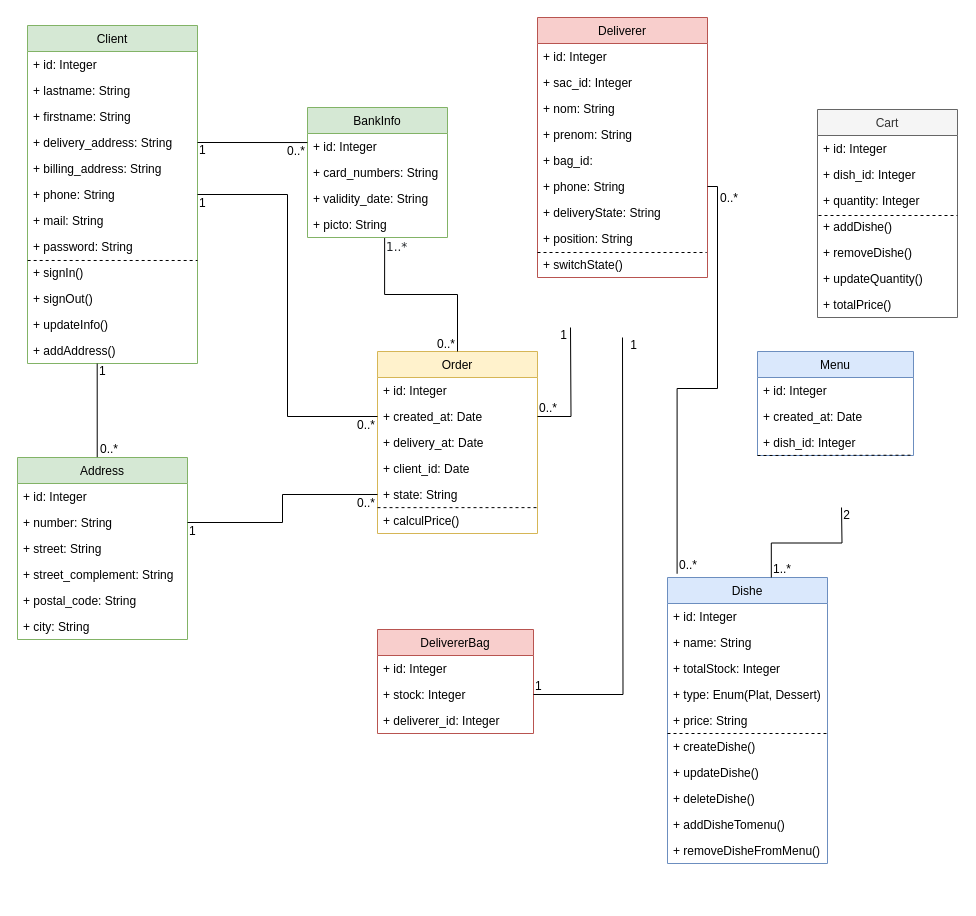
Earlier version of the draw.io diagram page "Diagramme de classes" (1 of 2) of Diagramme des classes.drawio (klaxurit/JuncaHugo_4_10122021). Source tidied: cells renumbered, new cells numbered last; positions are measured from the earlier drawing's top-left corner, leaving out a move shared by most shapes. Both pictures are drawn from the tidied source at 100%, with x=0, y=0 at pixel (17, 17).
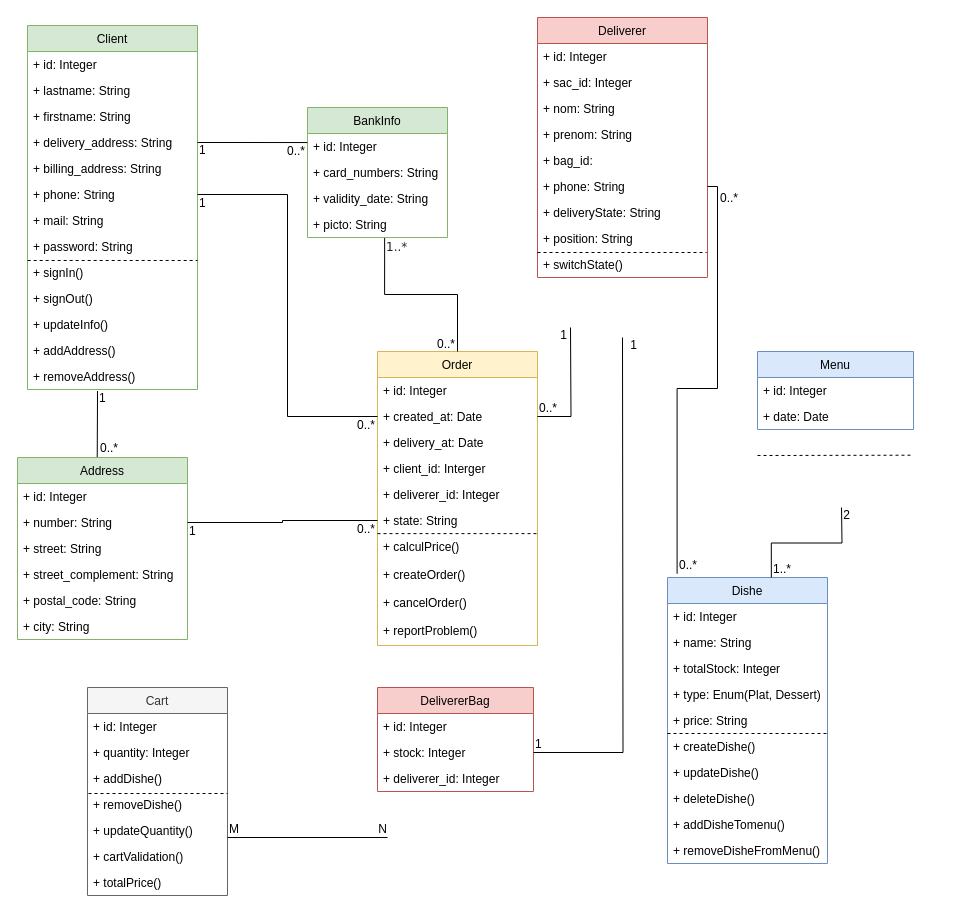
Above is the later version.

Commit message (it also covers changes not shown here):
coup de propre sur les diagramme de sequence

The change refers to these unchanged cells:
```xml
<mxCell id="15" value="+ addAddress()" style="text;strokeColor=none;fillColor=none;align=left;verticalAlign=top;spacingLeft=4;spacingRight=4;overflow=hidden;points=[[0,0.5],[1,0.5]];portConstraint=eastwest;" parent="2" vertex="1">
  <mxGeometry y="312" width="170" height="26" as="geometry" />
</mxCell>
<mxCell id="70" value="Address" style="swimlane;fontStyle=0;horizontal=1;startSize=26;fillColor=#d5e8d4;strokeColor=#82b366;" parent="1" vertex="1">
  <mxGeometry y="440" width="170" height="182" as="geometry" />
</mxCell>
```

Change to the diagram source:
```diff
@@
     <mxCell id="2" value="Client" style="swimlane;fontStyle=0;horizontal=1;startSize=26;fillColor=#d5e8d4;strokeColor=#82b366;" parent="1" vertex="1">
-      <mxGeometry x="10" y="8" width="170" height="338" as="geometry" />
+      <mxGeometry x="10" y="8" width="170" height="364" as="geometry" />
     </mxCell>
@@
+    <mxCell id="104" value="+ removeAddress()" style="text;strokeColor=none;fillColor=none;align=left;verticalAlign=top;spacingLeft=4;spacingRight=4;overflow=hidden;points=[[0,0.5],[1,0.5]];portConstraint=eastwest;" parent="2" vertex="1">
+      <mxGeometry y="338" width="170" height="26" as="geometry" />
+    </mxCell>
@@
     <mxCell id="27" value="Order" style="swimlane;fontStyle=0;horizontal=1;startSize=26;fillColor=#fff2cc;strokeColor=#d6b656;" parent="1" vertex="1">
-      <mxGeometry x="360" y="334" width="160" height="182" as="geometry" />
+      <mxGeometry x="360" y="334" width="160" height="294" as="geometry" />
     </mxCell>
@@
-    <mxCell id="31" value="+ client_id: Date" style="text;strokeColor=none;fillColor=none;align=left;verticalAlign=top;spacingLeft=4;spacingRight=4;overflow=hidden;" parent="27" vertex="1">
+    <mxCell id="31" value="+ client_id: Interger" style="text;strokeColor=none;fillColor=none;align=left;verticalAlign=top;spacingLeft=4;spacingRight=4;overflow=hidden;" parent="27" vertex="1">
       <mxGeometry y="104" width="160" height="26" as="geometry" />
     </mxCell>
+    <mxCell id="105" value="+ deliverer_id: Integer" style="text;strokeColor=none;fillColor=none;align=left;verticalAlign=top;spacingLeft=4;spacingRight=4;overflow=hidden;" parent="27" vertex="1">
+      <mxGeometry y="130" width="160" height="26" as="geometry" />
+    </mxCell>
     <mxCell id="32" value="+ state: String" style="text;strokeColor=none;fillColor=none;align=left;verticalAlign=top;spacingLeft=4;spacingRight=4;overflow=hidden;points=[[0,0.5],[1,0.5]];portConstraint=eastwest;" parent="27" vertex="1">
-      <mxGeometry y="130" width="160" height="26" as="geometry" />
+      <mxGeometry y="156" width="160" height="26" as="geometry" />
     </mxCell>
@@
     <mxCell id="34" value="+ calculPrice()" style="text;strokeColor=none;fillColor=none;align=left;verticalAlign=top;spacingLeft=4;spacingRight=4;overflow=hidden;points=[[0,0.5],[1,0.5]];portConstraint=eastwest;" parent="27" vertex="1">
-      <mxGeometry y="156" width="160" height="26" as="geometry" />
+      <mxGeometry y="182" width="160" height="28" as="geometry" />
     </mxCell>
+    <mxCell id="106" value="+ createOrder()" style="text;strokeColor=none;fillColor=none;align=left;verticalAlign=top;spacingLeft=4;spacingRight=4;overflow=hidden;" parent="27" vertex="1">
+      <mxGeometry y="210" width="160" height="28" as="geometry" />
+    </mxCell>
+    <mxCell id="107" value="+ cancelOrder()" style="text;strokeColor=none;fillColor=none;align=left;verticalAlign=top;spacingLeft=4;spacingRight=4;overflow=hidden;" parent="27" vertex="1">
+      <mxGeometry y="238" width="160" height="28" as="geometry" />
+    </mxCell>
+    <mxCell id="108" value="+ reportProblem()" style="text;strokeColor=none;fillColor=none;align=left;verticalAlign=top;spacingLeft=4;spacingRight=4;overflow=hidden;" parent="27" vertex="1">
+      <mxGeometry y="266" width="160" height="28" as="geometry" />
+    </mxCell>
@@
     <mxCell id="47" value="DelivererBag" style="swimlane;fontStyle=0;horizontal=1;startSize=26;fillColor=#f8cecc;strokeColor=#b85450;" parent="1" vertex="1">
-      <mxGeometry x="360" y="612" width="156" height="104" as="geometry" />
+      <mxGeometry x="360" y="670" width="156" height="104" as="geometry" />
     </mxCell>
@@
     <mxCell id="56" value="Cart" style="swimlane;fontStyle=0;horizontal=1;startSize=26;fillColor=#f5f5f5;labelBackgroundColor=none;fontColor=#333333;strokeColor=#666666;" parent="1" vertex="1">
-      <mxGeometry x="800" y="92" width="140" height="208" as="geometry" />
+      <mxGeometry x="70" y="670" width="140" height="208" as="geometry" />
     </mxCell>
@@
-    <mxCell id="58" value="+ dish_id: Integer" style="text;strokeColor=none;fillColor=none;align=left;verticalAlign=top;spacingLeft=4;spacingRight=4;overflow=hidden;labelBackgroundColor=none;" parent="56" vertex="1">
-      <mxGeometry y="52" width="140" height="26" as="geometry" />
-    </mxCell>
     <mxCell id="59" value="+ quantity: Integer" style="text;strokeColor=none;fillColor=none;align=left;verticalAlign=top;spacingLeft=4;spacingRight=4;overflow=hidden;labelBackgroundColor=none;" parent="56" vertex="1">
-      <mxGeometry y="78" width="140" height="26" as="geometry" />
+      <mxGeometry y="52" width="140" height="26" as="geometry" />
     </mxCell>
     <mxCell id="60" value="+ addDishe()" style="text;strokeColor=none;fillColor=none;align=left;verticalAlign=top;spacingLeft=4;spacingRight=4;overflow=hidden;labelBackgroundColor=none;" parent="56" vertex="1">
-      <mxGeometry y="104" width="140" height="26" as="geometry" />
+      <mxGeometry y="78" width="140" height="26" as="geometry" />
     </mxCell>
@@
     <mxCell id="62" value="+ removeDishe()" style="text;strokeColor=none;fillColor=none;align=left;verticalAlign=top;spacingLeft=4;spacingRight=4;overflow=hidden;labelBackgroundColor=none;" parent="56" vertex="1">
-      <mxGeometry y="130" width="140" height="26" as="geometry" />
+      <mxGeometry y="104" width="140" height="26" as="geometry" />
     </mxCell>
     <mxCell id="63" value="+ updateQuantity()" style="text;strokeColor=none;fillColor=none;align=left;verticalAlign=top;spacingLeft=4;spacingRight=4;overflow=hidden;labelBackgroundColor=none;" parent="56" vertex="1">
-      <mxGeometry y="156" width="140" height="26" as="geometry" />
+      <mxGeometry y="130" width="140" height="26" as="geometry" />
     </mxCell>
+    <mxCell id="109" value="+ cartValidation()" style="text;strokeColor=none;fillColor=none;align=left;verticalAlign=top;spacingLeft=4;spacingRight=4;overflow=hidden;labelBackgroundColor=none;" parent="56" vertex="1">
+      <mxGeometry y="156" width="140" height="26" as="geometry" />
+    </mxCell>
@@
     <mxCell id="65" value="Menu" style="swimlane;fontStyle=0;horizontal=1;startSize=26;fillColor=#dae8fc;strokeColor=#6c8ebf;" parent="1" vertex="1">
-      <mxGeometry x="740" y="334" width="156" height="104" as="geometry" />
+      <mxGeometry x="740" y="334" width="156" height="78" as="geometry" />
     </mxCell>
@@
-    <mxCell id="67" value="+ created_at: Date" style="text;strokeColor=none;fillColor=none;align=left;verticalAlign=top;spacingLeft=4;spacingRight=4;overflow=hidden;" parent="65" vertex="1">
-      <mxGeometry y="52" width="156" height="26" as="geometry" />
-    </mxCell>
-    <mxCell id="68" value="+ dish_id: Integer" style="text;strokeColor=none;fillColor=none;align=left;verticalAlign=top;spacingLeft=4;spacingRight=4;overflow=hidden;" parent="65" vertex="1">
-      <mxGeometry y="78" width="156" height="26" as="geometry" />
-    </mxCell>
@@
+    <mxCell id="110" value="+ date: Date" style="text;strokeColor=none;fillColor=none;align=left;verticalAlign=top;spacingLeft=4;spacingRight=4;overflow=hidden;" parent="65" vertex="1">
+      <mxGeometry y="52" width="156" height="26" as="geometry" />
+    </mxCell>
@@
-    <mxCell id="77" style="endArrow=none;html=1;rounded=0;entryX=0.469;entryY=-0.002;entryDx=0;entryDy=0;entryPerimeter=0;exitX=0.41;exitY=1.002;exitDx=0;exitDy=0;exitPerimeter=0;" parent="1" edge="1" source="15" target="70">
+    <mxCell id="77" style="endArrow=none;html=1;rounded=0;entryX=0.469;entryY=-0.002;entryDx=0;entryDy=0;entryPerimeter=0;exitX=0.412;exitY=1.057;exitDx=0;exitDy=0;exitPerimeter=0;" parent="1" edge="1" source="104" target="70">
       <mxGeometry relative="1" as="geometry" />
     </mxCell>
@@
+    <mxCell id="111" style="endArrow=none;html=1;rounded=0;" parent="1" edge="1">
+      <mxGeometry relative="1" as="geometry">
+        <mxPoint x="210" y="820" as="sourcePoint" />
+        <mxPoint x="370" y="820" as="targetPoint" />
+      </mxGeometry>
+    </mxCell>
+    <mxCell id="112" value="M" style="html=1;align=left;verticalAlign=bottom;" parent="111" vertex="1">
+      <mxGeometry x="-1" relative="1" as="geometry" />
+    </mxCell>
+    <mxCell id="113" value="N" style="html=1;align=right;verticalAlign=bottom;" parent="111" vertex="1">
+      <mxGeometry x="1" relative="1" as="geometry" />
+    </mxCell>
```
